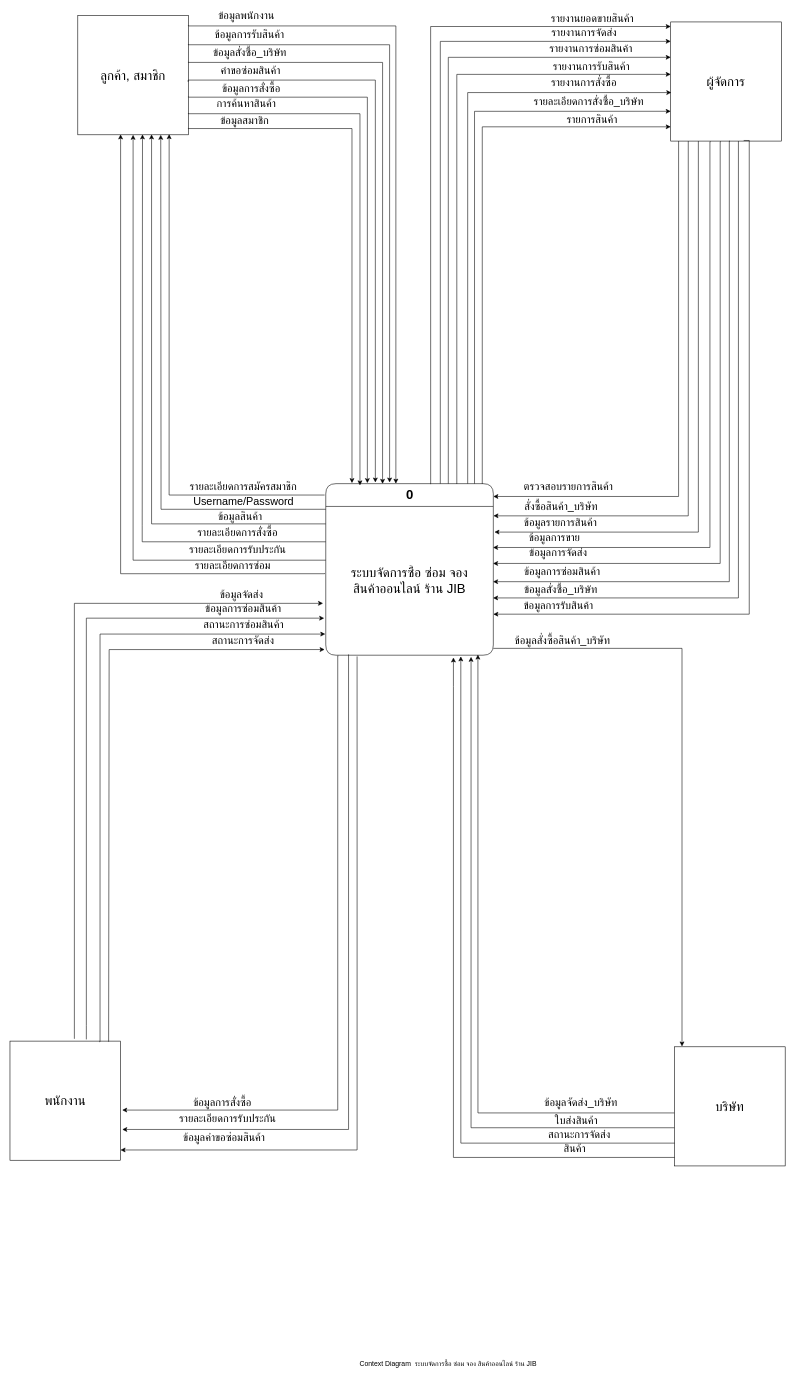
Above: Untitled Diagram.drawio in tonparin/SomkidDiagram (draw.io), before the change. Source tidied: cells renumbered, new cells numbered last; positions are measured from the earlier drawing's top-left corner, leaving out a move shared by most shapes. Both pictures are drawn from the tidied source at 57%, with x=0, y=0 at pixel (10, 10).
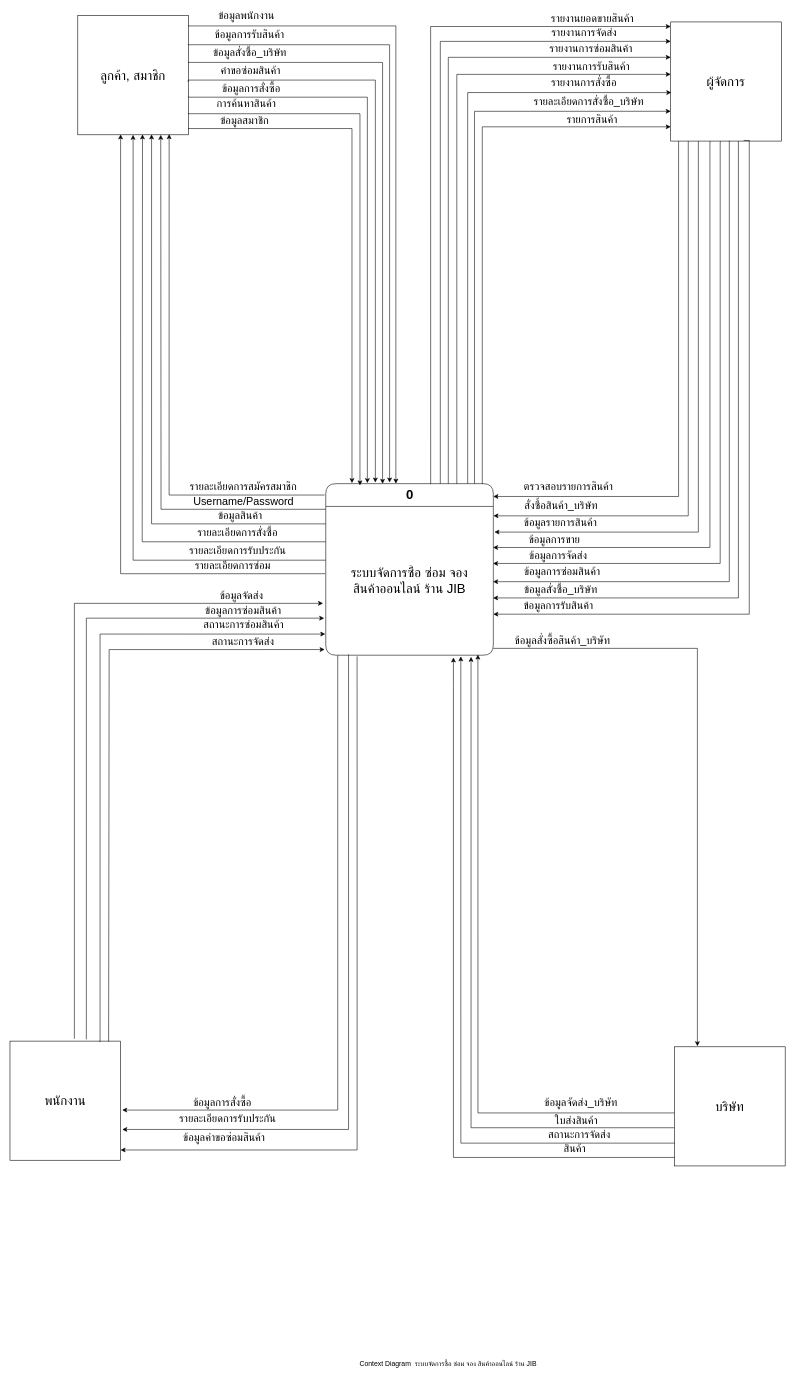
The same page after the edit.

Unchanged cells that the change refers to:
```xml
<mxCell id="6" value="บริษัท" style="rounded=0;whiteSpace=wrap;html=1;fontSize=23;" parent="1" vertex="1">
  <mxGeometry x="1166" y="1818" width="194" height="209" as="geometry" />
</mxCell>
<mxCell id="9" value="&lt;div style=&quot;font-size: 23px;&quot;&gt;ระบบจัดการซื้อ ซ่อม จอง &lt;br style=&quot;font-size: 23px;&quot;&gt;&lt;/div&gt;&lt;div style=&quot;font-size: 23px;&quot;&gt;สินค้าออนไลน์ ร้าน JIB&lt;/div&gt;" style="text;html=1;strokeColor=none;fillColor=none;align=center;verticalAlign=middle;spacingLeft=4;spacingRight=4;overflow=hidden;points=[[0,0.5],[1,0.5]];portConstraint=eastwest;fontSize=23;" parent="8" vertex="1">
  <mxGeometry y="40" width="294" height="261" as="geometry" />
</mxCell>
```

Change to the diagram source:
```diff
@@
     <mxCell id="17" value="ข้อมูลสินค้า" style="text;html=1;strokeColor=none;fillColor=none;align=center;verticalAlign=middle;whiteSpace=wrap;rounded=0;fontSize=19;" parent="1" vertex="1">
-      <mxGeometry x="349" y="878" width="110" height="20" as="geometry" />
+      <mxGeometry x="349" y="877" width="110" height="20" as="geometry" />
     </mxCell>
     <mxCell id="18" value="รายละเอียดการสั่งซื้อ" style="text;html=1;strokeColor=none;fillColor=none;align=center;verticalAlign=middle;whiteSpace=wrap;rounded=0;fontSize=19;" parent="1" vertex="1">
-      <mxGeometry x="287.5" y="906" width="223" height="20" as="geometry" />
+      <mxGeometry x="287.5" y="907" width="223" height="20" as="geometry" />
     </mxCell>
     <mxCell id="19" value="รายละเอียดการรับประกัน" style="text;html=1;strokeColor=none;fillColor=none;align=center;verticalAlign=middle;whiteSpace=wrap;rounded=0;fontSize=19;" parent="1" vertex="1">
-      <mxGeometry x="282.5" y="937" width="233" height="20" as="geometry" />
+      <mxGeometry x="282.5" y="938" width="233" height="20" as="geometry" />
     </mxCell>
@@
     <mxCell id="21" value="ข้อมูลจัดส่ง" style="text;html=1;strokeColor=none;fillColor=none;align=center;verticalAlign=middle;whiteSpace=wrap;rounded=0;fontSize=19;" parent="1" vertex="1">
-      <mxGeometry x="334" y="1015" width="145" height="20" as="geometry" />
+      <mxGeometry x="334" y="1017" width="145" height="20" as="geometry" />
     </mxCell>
     <mxCell id="22" value="สถานะการจัดส่ง" style="text;html=1;strokeColor=none;fillColor=none;align=center;verticalAlign=middle;whiteSpace=wrap;rounded=0;fontSize=19;" parent="1" vertex="1">
-      <mxGeometry x="334" y="1096" width="150" height="18" as="geometry" />
+      <mxGeometry x="334" y="1099" width="150" height="18" as="geometry" />
     </mxCell>
@@
     <mxCell id="29" value="ข้อมูลการซ่อมสินค้า" style="text;html=1;strokeColor=none;fillColor=none;align=center;verticalAlign=middle;whiteSpace=wrap;rounded=0;fontSize=19;" parent="1" vertex="1">
-      <mxGeometry x="325" y="1040" width="169" height="20" as="geometry" />
+      <mxGeometry x="325" y="1044" width="169" height="20" as="geometry" />
     </mxCell>
@@
     <mxCell id="32" value="สั่งซื้อสินค้า_บริษัท" style="text;html=1;strokeColor=none;fillColor=none;align=center;verticalAlign=middle;whiteSpace=wrap;rounded=0;fontSize=19;" parent="1" vertex="1">
-      <mxGeometry x="827" y="860" width="280" height="20" as="geometry" />
+      <mxGeometry x="827" y="859" width="280" height="20" as="geometry" />
     </mxCell>
@@
-    <mxCell id="35" style="edgeStyle=orthogonalEdgeStyle;rounded=0;jettySize=auto;html=1;entryX=0.067;entryY=-0.003;entryDx=0;entryDy=0;entryPerimeter=0;" parent="1" edge="1" source="9" target="6">
+    <mxCell id="35" style="edgeStyle=orthogonalEdgeStyle;rounded=0;jettySize=auto;html=1;" parent="1" edge="1" source="9">
       <mxGeometry relative="1" as="geometry">
+        <mxPoint x="1206" y="1817" as="targetPoint" />
         <Array as="points">
-          <mxPoint x="1179" y="1119" />
+          <mxPoint x="1206" y="1119" />
         </Array>
       </mxGeometry>
     </mxCell>
@@
     <mxCell id="45" value="ข้อมูลการขาย" style="text;html=1;strokeColor=none;fillColor=none;align=center;verticalAlign=middle;whiteSpace=wrap;rounded=0;fontSize=19;" parent="1" vertex="1">
-      <mxGeometry x="899" y="915" width="112.5" height="20" as="geometry" />
+      <mxGeometry x="899" y="918" width="112.5" height="20" as="geometry" />
     </mxCell>
     <mxCell id="46" value="ข้อมูลการจัดส่ง" style="text;html=1;strokeColor=none;fillColor=none;align=center;verticalAlign=middle;whiteSpace=wrap;rounded=0;fontSize=19;" parent="1" vertex="1">
-      <mxGeometry x="884" y="942" width="156" height="20" as="geometry" />
+      <mxGeometry x="884" y="946" width="156" height="20" as="geometry" />
     </mxCell>
```
